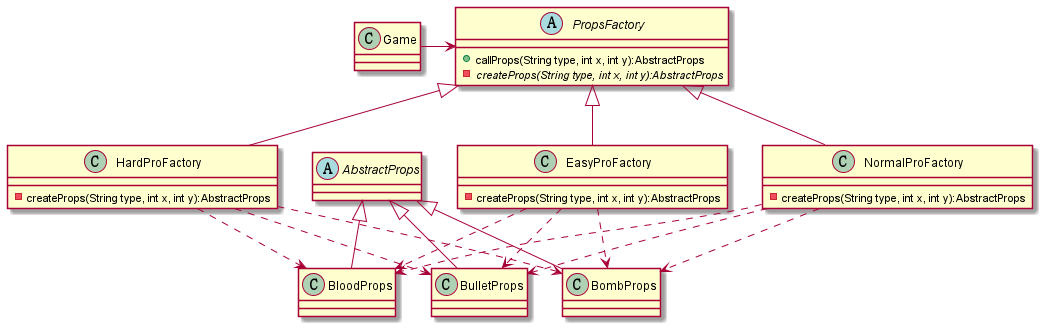
Before: exp1/AircraftWar-base/out/uml/PropsFactory/PropsFactory.png, a diagram exported from PlantUML (Wu-Fisher/oop_exp_java). Its diagram source:
```plantuml
@startuml
class Game{

}

abstract PropsFactory{
    + callProps(String type, int x, int y):AbstractProps
    - {abstract} createProps(String type, int x, int y):AbstractProps

}

class EasyProFactory{
    - createProps(String type, int x, int y):AbstractProps
}
class NormalProFactory {
    - createProps(String type, int x, int y):AbstractProps
}
class HardProFactory {
    - createProps(String type, int x, int y):AbstractProps
}

PropsFactory <|-- EasyProFactory
PropsFactory <|-- NormalProFactory
PropsFactory <|-- HardProFactory

Game -> PropsFactory

AbstractProps <|-- BloodProps
AbstractProps <|-- BulletProps
AbstractProps <|-- BombProps

EasyProFactory..>BloodProps
EasyProFactory..>BulletProps
EasyProFactory..>BombProps

NormalProFactory..>BloodProps
NormalProFactory..>BulletProps
NormalProFactory..>BombProps

HardProFactory..>BloodProps
HardProFactory..>BulletProps
HardProFactory..>BombProps



abstract class AbstractProps{
}

class BloodProps
{
}

class BulletProps
{
}

class BombProps
{
}





@enduml
```
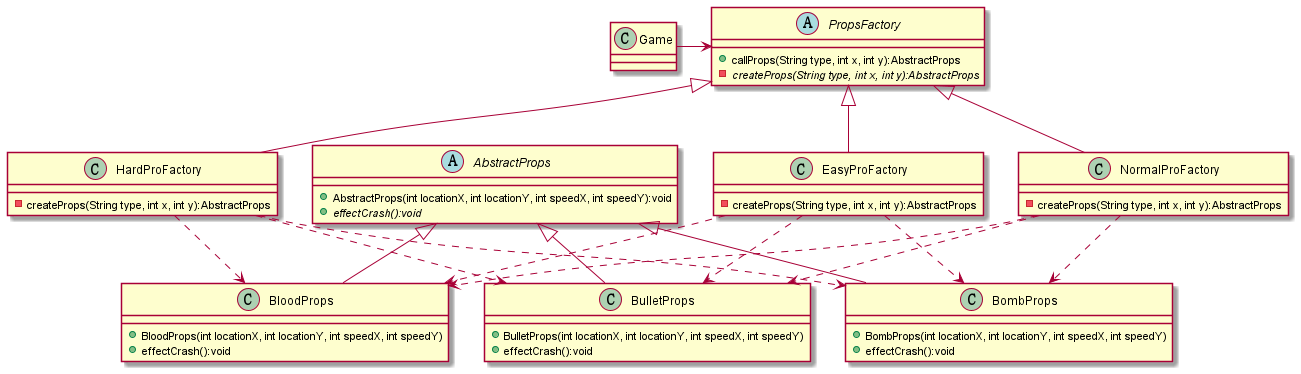
The same file after the commit.

What changed in the source:
```diff
@@ -44,18 +44,26 @@
 
 
 abstract class AbstractProps{
+    + AbstractProps(int locationX, int locationY, int speedX, int speedY):void
+    +{abstract}effectCrash():void
 }
 
 class BloodProps
 {
+    + BloodProps(int locationX, int locationY, int speedX, int speedY)
+    + effectCrash():void
 }
 
 class BulletProps
 {
+    + BulletProps(int locationX, int locationY, int speedX, int speedY)
+    + effectCrash():void
 }
 
 class BombProps
 {
+    + BombProps(int locationX, int locationY, int speedX, int speedY)
+    + effectCrash():void
 }
 
 
```
